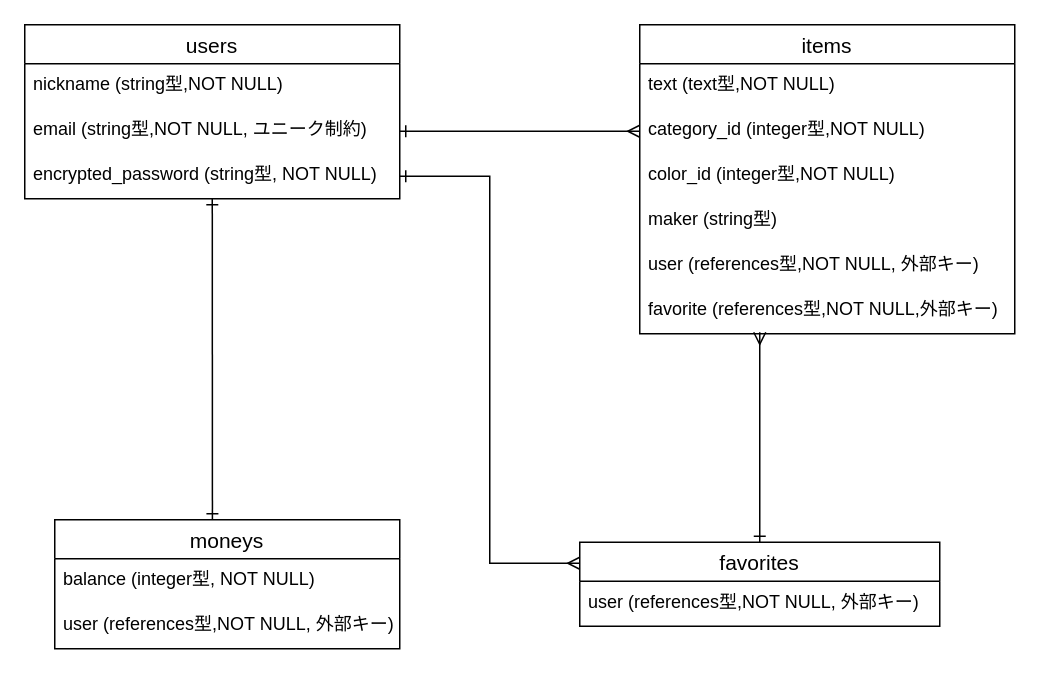
Before: fashion-app.dio in pgyuto/fashion-app, a draw.io diagram. Source tidied: cells renumbered, new cells numbered last; positions are measured from the earlier drawing's top-left corner, leaving out a move shared by most shapes. Both pictures are drawn from the tidied source at 150%, with x=0, y=0 at pixel (24, 24).
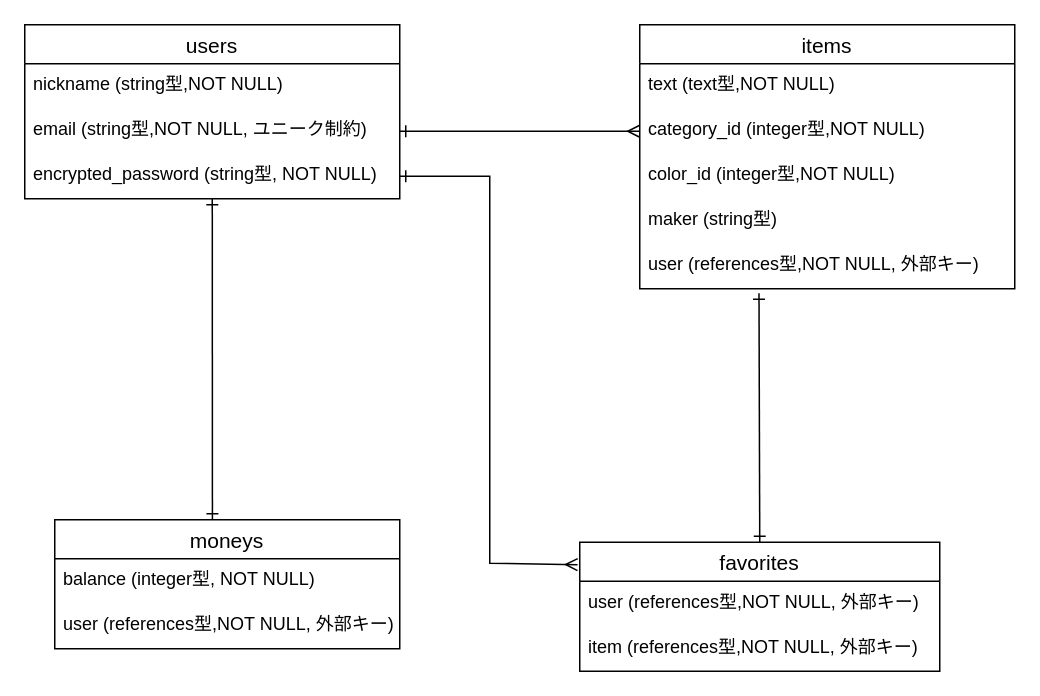
The same page after the edit.

Commit message (it also covers changes not shown here):
アプリケーションアソシエーション変更

The change refers to these unchanged cells:
```xml
<mxCell id="7" value="user (references型,NOT NULL, 外部キー)" style="text;strokeColor=none;fillColor=none;spacingLeft=4;spacingRight=4;overflow=hidden;points=[[0,0.5],[1,0.5]];portConstraint=eastwest;fontSize=12;" parent="2" vertex="1">
  <mxGeometry y="146" width="250" height="30" as="geometry" />
</mxCell>
<mxCell id="13" value="encrypted_password (string型, NOT NULL)" style="text;strokeColor=none;fillColor=none;spacingLeft=4;spacingRight=4;overflow=hidden;points=[[0,0.5],[1,0.5]];portConstraint=eastwest;fontSize=12;" parent="10" vertex="1">
  <mxGeometry y="86" width="250" height="30" as="geometry" />
</mxCell>
```

The edit, as a diff of the source:
```diff
@@
     <mxCell id="2" value="items" style="swimlane;fontStyle=0;horizontal=1;startSize=26;align=center;fontSize=14;" parent="1" vertex="1">
-      <mxGeometry x="410" width="250" height="206" as="geometry" />
+      <mxGeometry x="410" width="250" height="176" as="geometry" />
     </mxCell>
@@
-    <mxCell id="8" value="favorite (references型,NOT NULL,外部キー)" style="text;strokeColor=none;fillColor=none;spacingLeft=4;spacingRight=4;overflow=hidden;points=[[0,0.5],[1,0.5]];portConstraint=eastwest;fontSize=12;" parent="2" vertex="1">
-      <mxGeometry y="176" width="250" height="30" as="geometry" />
-    </mxCell>
@@
-    <mxCell id="17" style="edgeStyle=none;rounded=0;html=1;exitX=0.5;exitY=0;exitDx=0;exitDy=0;startArrow=ERone;startFill=0;endArrow=ERmany;endFill=0;entryX=0.32;entryY=0.967;entryDx=0;entryDy=0;entryPerimeter=0;" parent="1" edge="1" source="18" target="8">
+    <mxCell id="17" style="edgeStyle=none;rounded=0;html=1;exitX=0.5;exitY=0;exitDx=0;exitDy=0;startArrow=ERone;startFill=0;endArrow=ERone;endFill=0;entryX=0.318;entryY=1.1;entryDx=0;entryDy=0;entryPerimeter=0;" parent="1" edge="1" source="18" target="7">
       <mxGeometry relative="1" as="geometry" />
     </mxCell>
     <mxCell id="18" value="favorites" style="swimlane;fontStyle=0;horizontal=1;startSize=26;align=center;fontSize=14;" parent="1" vertex="1">
-      <mxGeometry x="370" y="345" width="240" height="56" as="geometry" />
+      <mxGeometry x="370" y="345" width="240" height="86" as="geometry" />
     </mxCell>
@@
+    <mxCell id="22" value="item (references型,NOT NULL, 外部キー)&#10;" style="text;strokeColor=none;fillColor=none;spacingLeft=4;spacingRight=4;overflow=hidden;fontSize=12;" parent="18" vertex="1">
+      <mxGeometry y="56" width="240" height="30" as="geometry" />
+    </mxCell>
@@
-    <mxCell id="21" style="edgeStyle=none;html=1;exitX=1;exitY=0.5;exitDx=0;exitDy=0;startArrow=ERone;startFill=0;endArrow=ERmany;endFill=0;entryX=0;entryY=0.25;entryDx=0;entryDy=0;rounded=0;" parent="1" edge="1" source="13" target="18">
+    <mxCell id="21" style="edgeStyle=none;html=1;exitX=1;exitY=0.5;exitDx=0;exitDy=0;startArrow=ERone;startFill=0;endArrow=ERmany;endFill=0;entryX=-0.006;entryY=0.174;entryDx=0;entryDy=0;rounded=0;entryPerimeter=0;" parent="1" edge="1" source="13" target="18">
       <mxGeometry relative="1" as="geometry">
         <Array as="points">
           <mxPoint x="310" y="101" />
           <mxPoint x="310" y="359" />
         </Array>
       </mxGeometry>
     </mxCell>
```
